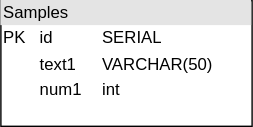
This is docs/er/er.drawio.svg from ngnmsn/spring-boot-template, a draw.io export, as it was before one commit. Source tidied: cells renumbered, new cells last; positions are measured from the earlier drawing's top-left corner, leaving out a move shared by most shapes.
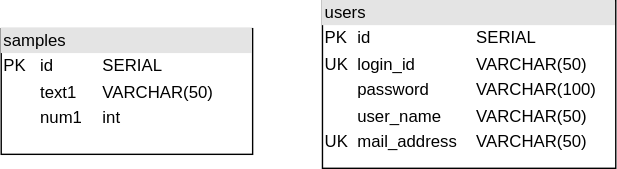
The same diagram one commit later.

Change to the diagram source:
```diff
@@ -2,8 +2,11 @@
   <root>
     <mxCell id="0" />
     <mxCell id="1" parent="0" />
-    <mxCell id="2" value="&lt;div style=&quot;box-sizing:border-box;width:100%;background:#e4e4e4;padding:2px;&quot;&gt;Samples&lt;/div&gt;&lt;table style=&quot;width:100%;font-size:1em;&quot; cellpadding=&quot;2&quot; cellspacing=&quot;0&quot;&gt;&lt;tbody&gt;&lt;tr&gt;&lt;td&gt;PK&lt;/td&gt;&lt;td&gt;id&lt;/td&gt;&lt;td&gt;SERIAL&lt;/td&gt;&lt;/tr&gt;&lt;tr&gt;&lt;td&gt;&lt;/td&gt;&lt;td&gt;text1&lt;/td&gt;&lt;td&gt;VARCHAR(50)&lt;/td&gt;&lt;/tr&gt;&lt;tr&gt;&lt;td&gt;&lt;/td&gt;&lt;td&gt;num1&lt;/td&gt;&lt;td&gt;int&lt;/td&gt;&lt;/tr&gt;&lt;/tbody&gt;&lt;/table&gt;" style="verticalAlign=top;align=left;overflow=fill;html=1;whiteSpace=wrap;" parent="1" vertex="1">
+    <mxCell id="2" value="&lt;div style=&quot;box-sizing:border-box;width:100%;background:#e4e4e4;padding:2px;&quot;&gt;samples&lt;/div&gt;&lt;table style=&quot;width:100%;font-size:1em;&quot; cellpadding=&quot;2&quot; cellspacing=&quot;0&quot;&gt;&lt;tbody&gt;&lt;tr&gt;&lt;td&gt;PK&lt;/td&gt;&lt;td&gt;id&lt;/td&gt;&lt;td&gt;SERIAL&lt;/td&gt;&lt;/tr&gt;&lt;tr&gt;&lt;td&gt;&lt;/td&gt;&lt;td&gt;text1&lt;/td&gt;&lt;td&gt;VARCHAR(50)&lt;/td&gt;&lt;/tr&gt;&lt;tr&gt;&lt;td&gt;&lt;/td&gt;&lt;td&gt;num1&lt;/td&gt;&lt;td&gt;int&lt;/td&gt;&lt;/tr&gt;&lt;/tbody&gt;&lt;/table&gt;" style="verticalAlign=top;align=left;overflow=fill;html=1;whiteSpace=wrap;" parent="1" vertex="1">
       <mxGeometry width="180" height="90" as="geometry" />
     </mxCell>
+    <mxCell id="3" value="&lt;div style=&quot;box-sizing:border-box;width:100%;background:#e4e4e4;padding:2px;&quot;&gt;users&lt;/div&gt;&lt;table style=&quot;width:100%;font-size:1em;&quot; cellpadding=&quot;2&quot; cellspacing=&quot;0&quot;&gt;&lt;tbody&gt;&lt;tr&gt;&lt;td&gt;PK&lt;/td&gt;&lt;td&gt;id&lt;/td&gt;&lt;td&gt;SERIAL&lt;/td&gt;&lt;/tr&gt;&lt;tr&gt;&lt;td&gt;UK&lt;/td&gt;&lt;td&gt;login_id&lt;/td&gt;&lt;td&gt;VARCHAR(50)&lt;/td&gt;&lt;/tr&gt;&lt;tr&gt;&lt;td&gt;&lt;/td&gt;&lt;td&gt;password&lt;/td&gt;&lt;td&gt;VARCHAR(100)&lt;br&gt;&lt;/td&gt;&lt;/tr&gt;&lt;tr&gt;&lt;td&gt;&lt;br&gt;&lt;/td&gt;&lt;td&gt;user_name&lt;/td&gt;&lt;td&gt;VARCHAR(50)&lt;br&gt;&lt;/td&gt;&lt;/tr&gt;&lt;tr&gt;&lt;td&gt;UK&lt;/td&gt;&lt;td&gt;mail_address&lt;/td&gt;&lt;td&gt;VARCHAR(50)&lt;br&gt;&lt;/td&gt;&lt;/tr&gt;&lt;/tbody&gt;&lt;/table&gt;" style="verticalAlign=top;align=left;overflow=fill;html=1;whiteSpace=wrap;" parent="1" vertex="1">
+      <mxGeometry x="230" y="-20" width="210" height="120" as="geometry" />
+    </mxCell>
   </root>
 </mxGraphModel>
```
